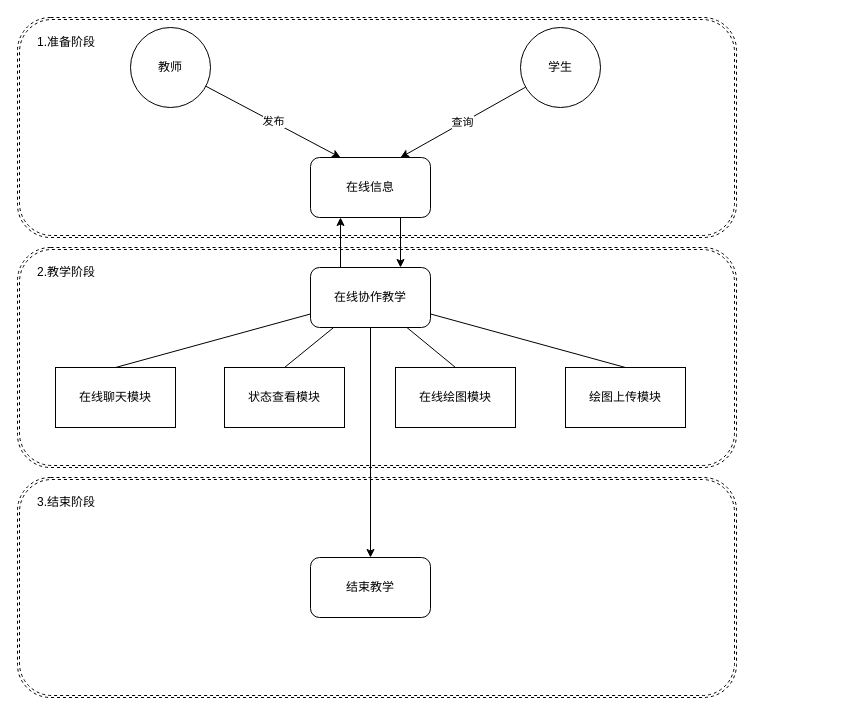
Above: 在线教学.drawio in Ekko306/diagrams.net (draw.io), before the change. Source tidied: cells renumbered, new cells numbered last; positions are measured from the earlier drawing's top-left corner, leaving out a move shared by most shapes. Both pictures are drawn from the tidied source at 100%, with x=0, y=0 at pixel (17, 17).
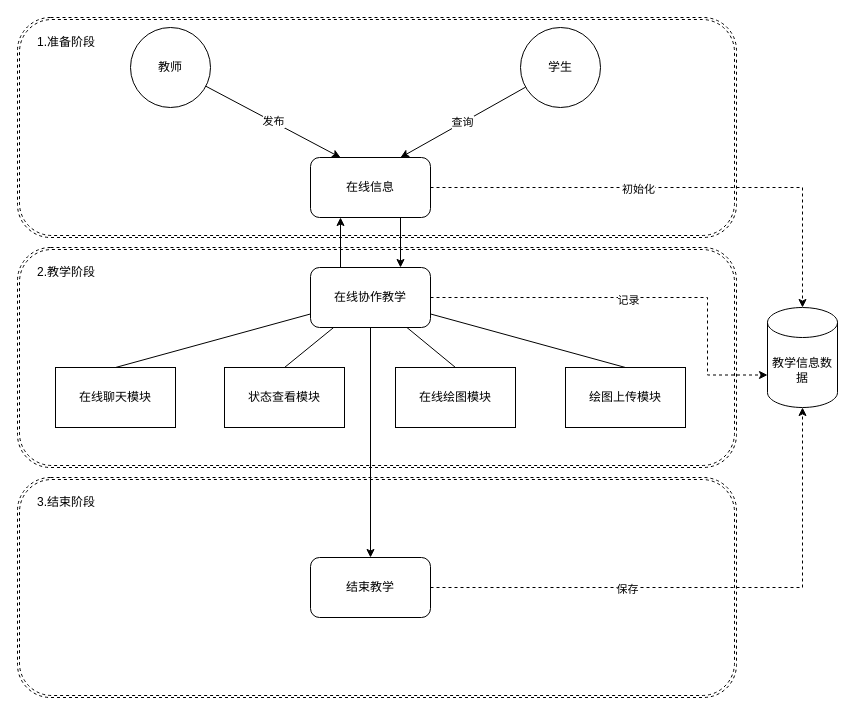
The same page after the edit.

The change refers to these unchanged cells:
```xml
<mxCell id="11" value="在线协作教学" style="rounded=1;whiteSpace=wrap;html=1;" parent="1" vertex="1">
  <mxGeometry x="293" y="250" width="120" height="60" as="geometry" />
</mxCell>
<mxCell id="13" value="在线信息" style="rounded=1;whiteSpace=wrap;html=1;" parent="1" vertex="1">
  <mxGeometry x="293" y="140" width="120" height="60" as="geometry" />
</mxCell>
<mxCell id="22" value="结束教学" style="rounded=1;whiteSpace=wrap;html=1;" parent="1" vertex="1">
  <mxGeometry x="293" y="540" width="120" height="60" as="geometry" />
</mxCell>
```

The edit, as a diff of the source:
```diff
@@
+    <mxCell id="26" style="edgeStyle=orthogonalEdgeStyle;rounded=0;jettySize=auto;html=1;entryX=0;entryY=0;entryDx=0;entryDy=67.5;entryPerimeter=0;startArrow=none;startFill=0;endArrow=classic;endFill=1;dashed=1;" parent="1" edge="1" source="11" target="32">
+      <mxGeometry relative="1" as="geometry">
+        <Array as="points">
+          <mxPoint x="690" y="280" />
+          <mxPoint x="690" y="358" />
+        </Array>
+      </mxGeometry>
+    </mxCell>
+    <mxCell id="27" value="记录" style="edgeLabel;html=1;align=center;verticalAlign=middle;" parent="26" vertex="1">
+      <mxGeometry x="-0.05" y="-2" relative="1" as="geometry" />
+    </mxCell>
@@
+    <mxCell id="28" style="edgeStyle=orthogonalEdgeStyle;rounded=0;jettySize=auto;html=1;entryX=0.5;entryY=0;entryDx=0;entryDy=0;entryPerimeter=0;startArrow=none;startFill=0;endArrow=classic;endFill=1;dashed=1;" parent="1" edge="1" source="13" target="32">
+      <mxGeometry relative="1" as="geometry" />
+    </mxCell>
+    <mxCell id="29" value="初始化" style="edgeLabel;html=1;align=center;verticalAlign=middle;" parent="28" vertex="1">
+      <mxGeometry x="-0.16" y="-1" relative="1" as="geometry" />
+    </mxCell>
@@
+    <mxCell id="30" style="edgeStyle=orthogonalEdgeStyle;rounded=0;jettySize=auto;html=1;entryX=0.5;entryY=1;entryDx=0;entryDy=0;entryPerimeter=0;startArrow=none;startFill=0;endArrow=classic;endFill=1;dashed=1;" parent="1" edge="1" source="22" target="32">
+      <mxGeometry relative="1" as="geometry" />
+    </mxCell>
+    <mxCell id="31" value="保存" style="edgeLabel;html=1;align=center;verticalAlign=middle;" parent="30" vertex="1">
+      <mxGeometry x="-0.29" y="-1" relative="1" as="geometry" />
+    </mxCell>
@@
+    <mxCell id="32" value="教学信息数据" style="shape=cylinder3;whiteSpace=wrap;html=1;boundedLbl=1;backgroundOutline=1;size=15;gradientColor=none;" parent="1" vertex="1">
+      <mxGeometry x="750" y="290" width="70" height="100" as="geometry" />
+    </mxCell>
```
